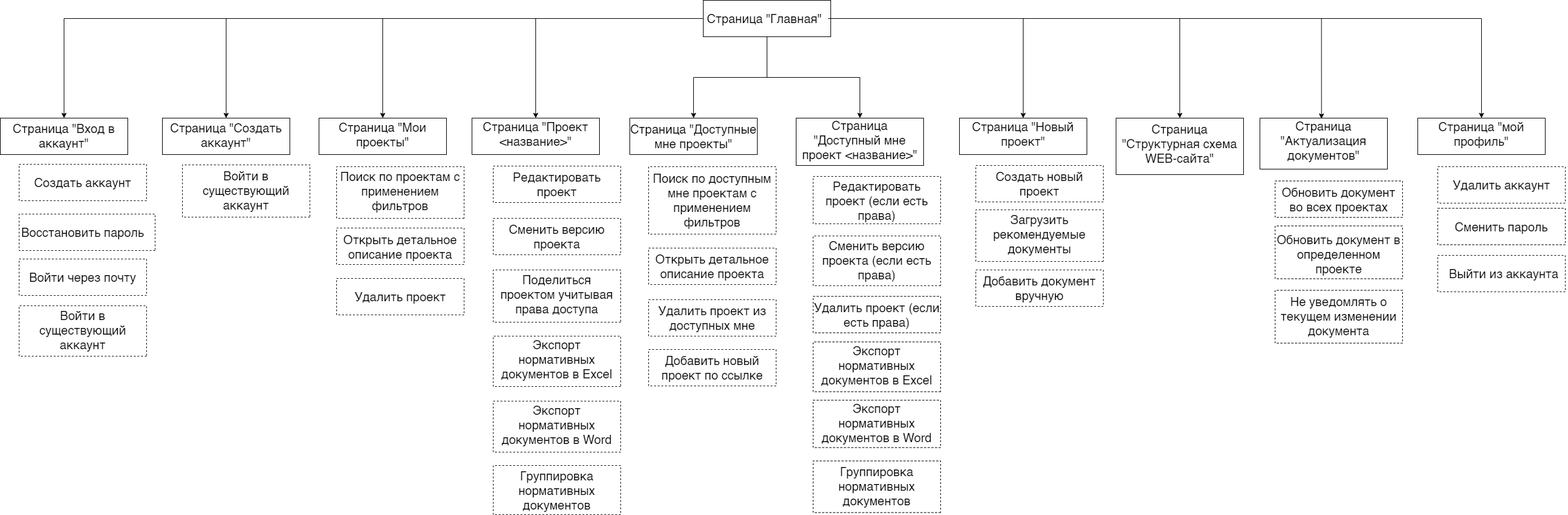
Above: frontend/src/app/ui/assets/scheme.png in ochagovdanil/document-stroi (draw.io), before the change. Source tidied: cells renumbered, new cells last; positions are measured from the earlier drawing's top-left corner, leaving out a move shared by most shapes.
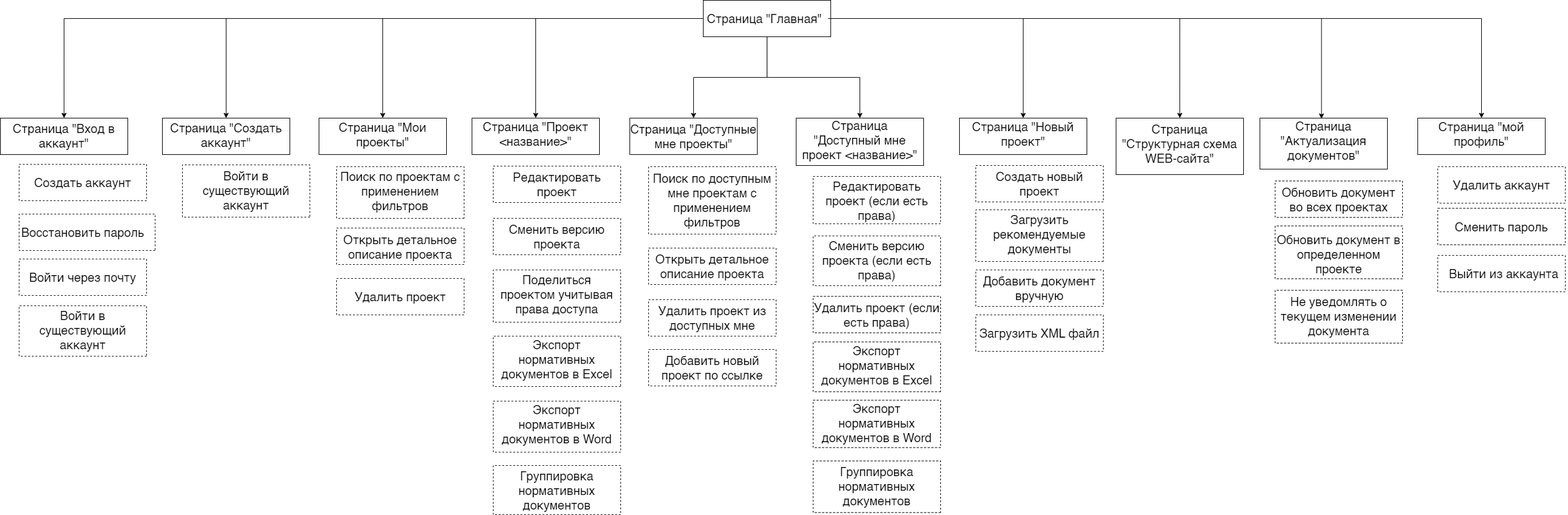
After the change.

Change to the diagram source:
```diff
@@ -479,5 +479,14 @@
     <mxCell id="157" style="edgeStyle=orthogonalEdgeStyle;rounded=0;orthogonalLoop=1;jettySize=auto;html=1;exitX=0.5;exitY=1;exitDx=0;exitDy=0;" parent="1" edge="1" source="156" target="156">
       <mxGeometry relative="1" as="geometry" />
     </mxCell>
+    <mxCell id="158" style="rounded=0;whiteSpace=wrap;html=1;dashed=1;flipV=1;flipH=1;" parent="1" vertex="1">
+      <mxGeometry x="1607" y="518" width="210" height="60" as="geometry" />
+    </mxCell>
+    <mxCell id="159" value="&lt;span style=&quot;font-size: 20px;&quot;&gt;Загрузить XML файл&lt;/span&gt;" style="text;html=1;align=center;verticalAlign=middle;whiteSpace=wrap;rounded=0;flipV=1;flipH=1;" parent="1" vertex="1">
+      <mxGeometry x="1607" y="533" width="210" height="30" as="geometry" />
+    </mxCell>
+    <mxCell id="160" style="edgeStyle=orthogonalEdgeStyle;rounded=0;orthogonalLoop=1;jettySize=auto;html=1;exitX=0.5;exitY=1;exitDx=0;exitDy=0;" parent="1" edge="1" source="159" target="159">
+      <mxGeometry relative="1" as="geometry" />
+    </mxCell>
   </root>
 </mxGraphModel>
```
